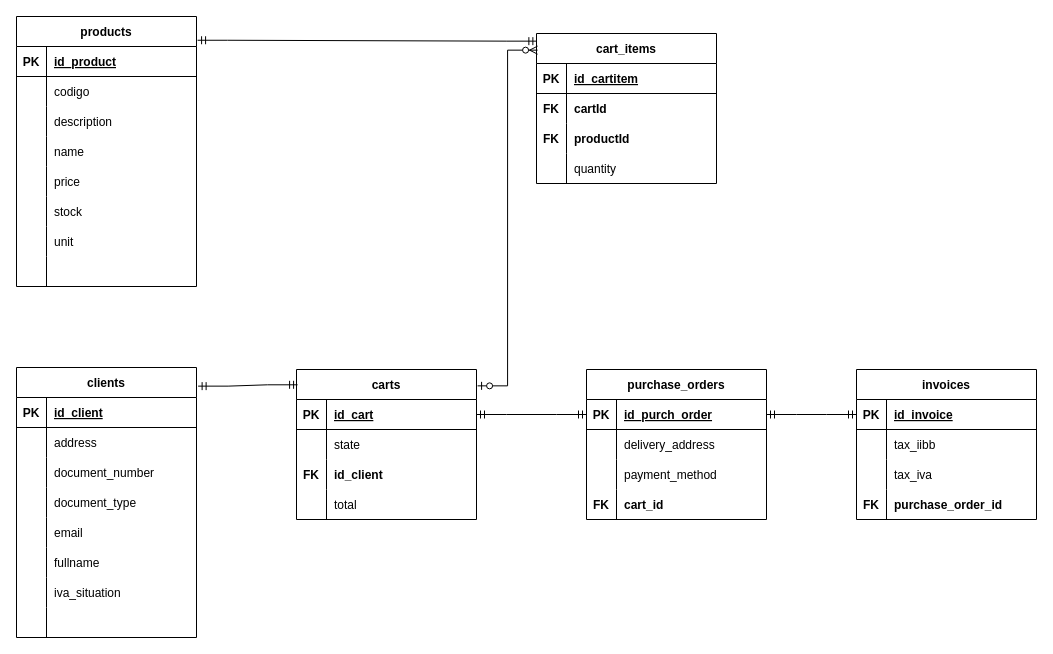
Before: schema.drawio in Iwinslow/springEcommerce, a draw.io diagram. Source tidied: cells renumbered, new cells numbered last; positions are measured from the earlier drawing's top-left corner, leaving out a move shared by most shapes. Both pictures are drawn from the tidied source at 100%, with x=0, y=0 at pixel (16, 16).
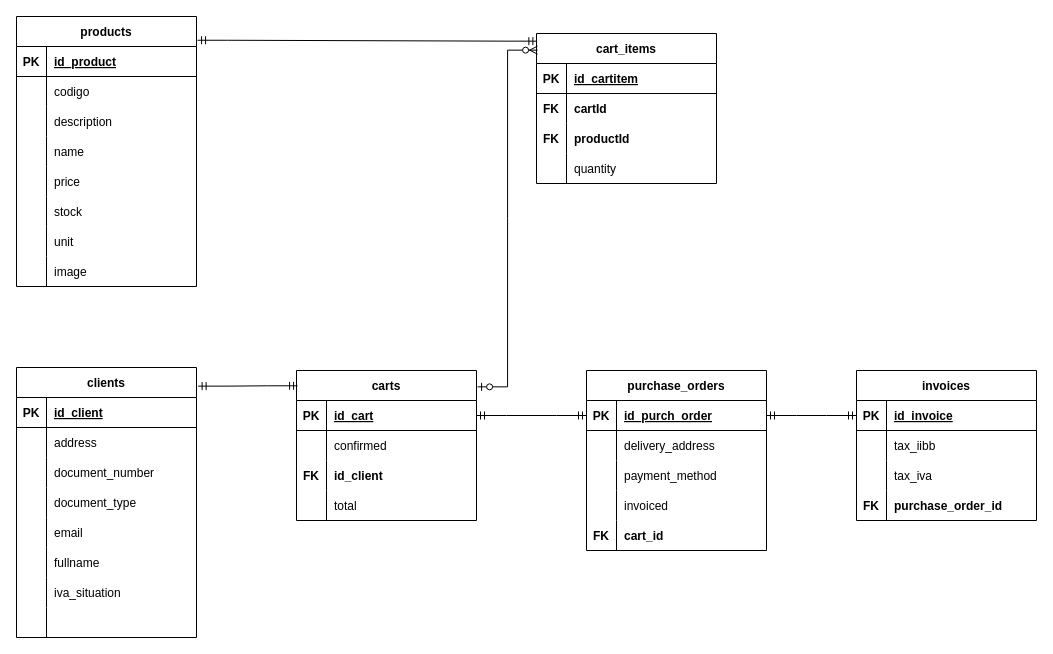
The same page after the edit.

Commit message (it also covers changes not shown here):
update schema and models

The change refers to these unchanged cells:
```xml
<mxCell id="24" style="shape=tableRow;horizontal=0;startSize=0;swimlaneHead=0;swimlaneBody=0;fillColor=none;top=0;left=0;right=0;bottom=0;" parent="2" vertex="1">
  <mxGeometry y="240" width="180" height="30" as="geometry" />
</mxCell>
<mxCell id="56" style="shape=tableRow;horizontal=0;startSize=0;swimlaneHead=0;swimlaneBody=0;fillColor=none;top=0;left=0;right=0;bottom=0;" parent="52" vertex="1">
  <mxGeometry y="60" width="180" height="30" as="geometry" />
</mxCell>
<mxCell id="88" style="shape=tableRow;horizontal=0;startSize=0;swimlaneHead=0;swimlaneBody=0;fillColor=none;top=0;left=0;right=0;bottom=0;" parent="78" vertex="1">
  <mxGeometry y="120" width="180" height="30" as="geometry" />
</mxCell>
```

What changed in the source:
```diff
@@
-    <mxCell id="26" style="shape=partialRectangle;fillColor=none;top=0;left=0;bottom=0;right=0;align=left;spacingLeft=6;overflow=hidden;fontStyle=1;" parent="24" vertex="1">
+    <mxCell id="26" value="image" style="shape=partialRectangle;fillColor=none;top=0;left=0;bottom=0;right=0;align=left;spacingLeft=6;overflow=hidden;fontStyle=0;" parent="24" vertex="1">
       <mxGeometry x="30" width="150" height="30" as="geometry" />
     </mxCell>
@@
     <mxCell id="52" value="carts" style="shape=table;startSize=30;childLayout=tableLayout;rowLines=0;fontStyle=1;align=center;" parent="1" vertex="1">
-      <mxGeometry x="280" y="353" width="180" height="150" as="geometry" />
+      <mxGeometry x="280" y="354" width="180" height="150" as="geometry" />
     </mxCell>
@@
-    <mxCell id="58" value="state" style="shape=partialRectangle;fillColor=none;top=0;left=0;bottom=0;right=0;align=left;spacingLeft=6;overflow=hidden;" parent="56" vertex="1">
+    <mxCell id="58" value="confirmed" style="shape=partialRectangle;fillColor=none;top=0;left=0;bottom=0;right=0;align=left;spacingLeft=6;overflow=hidden;" parent="56" vertex="1">
       <mxGeometry x="30" width="150" height="30" as="geometry" />
     </mxCell>
@@
     <mxCell id="78" value="purchase_orders" style="shape=table;startSize=30;childLayout=tableLayout;rowLines=0;fontStyle=1;align=center;" parent="1" vertex="1">
-      <mxGeometry x="570" y="353" width="180" height="150" as="geometry" />
+      <mxGeometry x="570" y="354" width="180" height="180" as="geometry" />
     </mxCell>
@@
-    <mxCell id="89" value="FK" style="shape=partialRectangle;fillColor=none;top=0;left=0;bottom=0;right=0;overflow=hidden;fontStyle=1;" parent="88" vertex="1">
+    <mxCell id="89" style="shape=partialRectangle;fillColor=none;top=0;left=0;bottom=0;right=0;overflow=hidden;fontStyle=1;" parent="88" vertex="1">
       <mxGeometry width="30" height="30" as="geometry" />
     </mxCell>
-    <mxCell id="90" value="cart_id" style="shape=partialRectangle;fillColor=none;top=0;left=0;bottom=0;right=0;align=left;spacingLeft=6;overflow=hidden;fontStyle=1;" parent="88" vertex="1">
+    <mxCell id="90" value="invoiced" style="shape=partialRectangle;fillColor=none;top=0;left=0;bottom=0;right=0;align=left;spacingLeft=6;overflow=hidden;fontStyle=0;" parent="88" vertex="1">
       <mxGeometry x="30" width="150" height="30" as="geometry" />
     </mxCell>
+    <mxCell id="109" style="shape=tableRow;horizontal=0;startSize=0;swimlaneHead=0;swimlaneBody=0;fillColor=none;top=0;left=0;right=0;bottom=0;" parent="78" vertex="1">
+      <mxGeometry y="150" width="180" height="30" as="geometry" />
+    </mxCell>
+    <mxCell id="110" value="FK" style="shape=partialRectangle;fillColor=none;top=0;left=0;bottom=0;right=0;overflow=hidden;fontStyle=1;" parent="109" vertex="1">
+      <mxGeometry width="30" height="30" as="geometry" />
+    </mxCell>
+    <mxCell id="111" value="cart_id" style="shape=partialRectangle;fillColor=none;top=0;left=0;bottom=0;right=0;align=left;spacingLeft=6;overflow=hidden;fontStyle=1;" parent="109" vertex="1">
+      <mxGeometry x="30" width="150" height="30" as="geometry" />
+    </mxCell>
     <mxCell id="91" value="invoices" style="shape=table;startSize=30;childLayout=tableLayout;rowLines=0;fontStyle=1;align=center;" parent="1" vertex="1">
-      <mxGeometry x="840" y="353" width="180" height="150" as="geometry" />
+      <mxGeometry x="840" y="354" width="180" height="150" as="geometry" />
     </mxCell>
```
